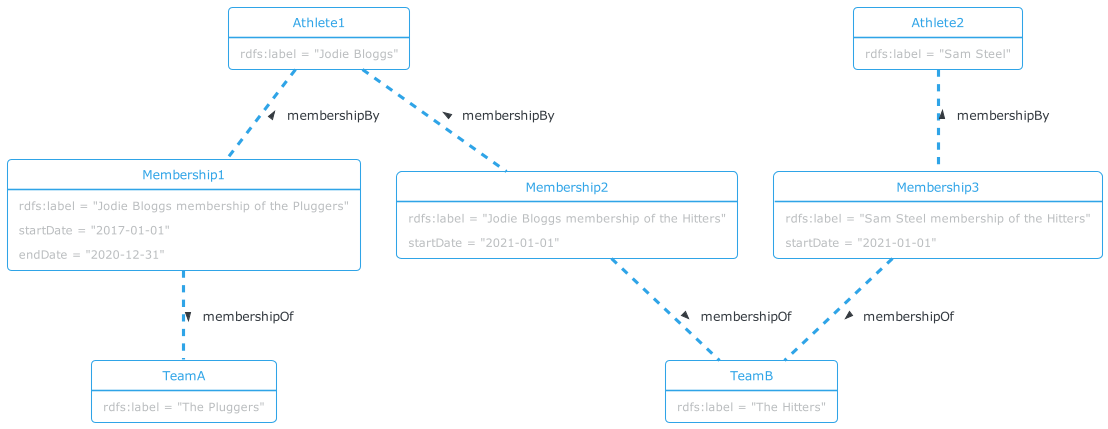
This is docs/diagrams/athlete-membership-team.png from iptc/sport-schema, a PlantUML export, as it was before one commit. The source it was exported from:
```plantuml
@startuml
!theme cerulean-outline

object Athlete1 {
  rdfs:label = "Jodie Bloggs"
}

object Membership1 {
  rdfs:label = "Jodie Bloggs membership of the Pluggers"
  startDate = "2017-01-01"
  endDate = "2020-12-31"
}

object Membership2 {
  rdfs:label = "Jodie Bloggs membership of the Hitters"
  startDate = "2021-01-01"
}

object Athlete2 {
  rdfs:label = "Sam Steel"
}

object Membership3 {
  rdfs:label = "Sam Steel membership of the Hitters"
  startDate = "2021-01-01"
}

object TeamA {
  rdfs:label = "The Pluggers"
}

object TeamB {
  rdfs:label = "The Hitters"
}

Athlete1 .. Membership1 : < membershipBy
Membership1 .. TeamA : > membershipOf
Athlete1 .. Membership2 : < membershipBy
Membership2 .. TeamB : > membershipOf
Athlete2 .. Membership3 : < membershipBy
Membership3 .. TeamB : > membershipOf
@enduml
```
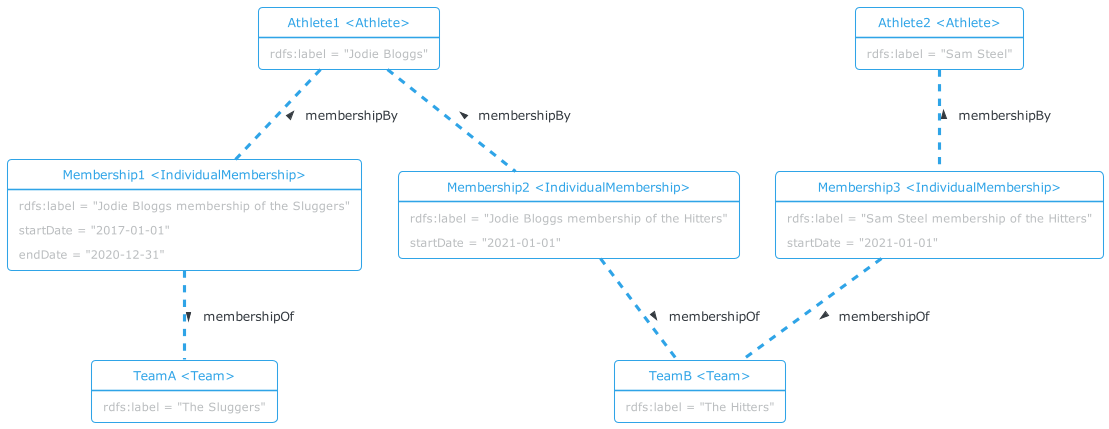
The same file after the commit.

Change to the diagram source:
```diff
@@ -1,35 +1,35 @@
 @startuml
 !theme cerulean-outline
 
-object Athlete1 {
+object "Athlete1 <Athlete>" as Athlete1 {
   rdfs:label = "Jodie Bloggs"
 }
 
-object Membership1 {
-  rdfs:label = "Jodie Bloggs membership of the Pluggers"
+object "Membership1 <IndividualMembership>" as Membership1 {
+  rdfs:label = "Jodie Bloggs membership of the Sluggers"
   startDate = "2017-01-01"
   endDate = "2020-12-31"
 }
 
-object Membership2 {
+object "Membership2 <IndividualMembership>" as Membership2 {
   rdfs:label = "Jodie Bloggs membership of the Hitters"
   startDate = "2021-01-01"
 }
 
-object Athlete2 {
+object "Athlete2 <Athlete>" as Athlete2 {
   rdfs:label = "Sam Steel"
 }
 
-object Membership3 {
+object "Membership3 <IndividualMembership>" as Membership3 {
   rdfs:label = "Sam Steel membership of the Hitters"
   startDate = "2021-01-01"
 }
 
-object TeamA {
-  rdfs:label = "The Pluggers"
+object "TeamA <Team>" as TeamA {
+  rdfs:label = "The Sluggers"
 }
 
-object TeamB {
+object "TeamB <Team>" as TeamB {
   rdfs:label = "The Hitters"
 }
 
```
